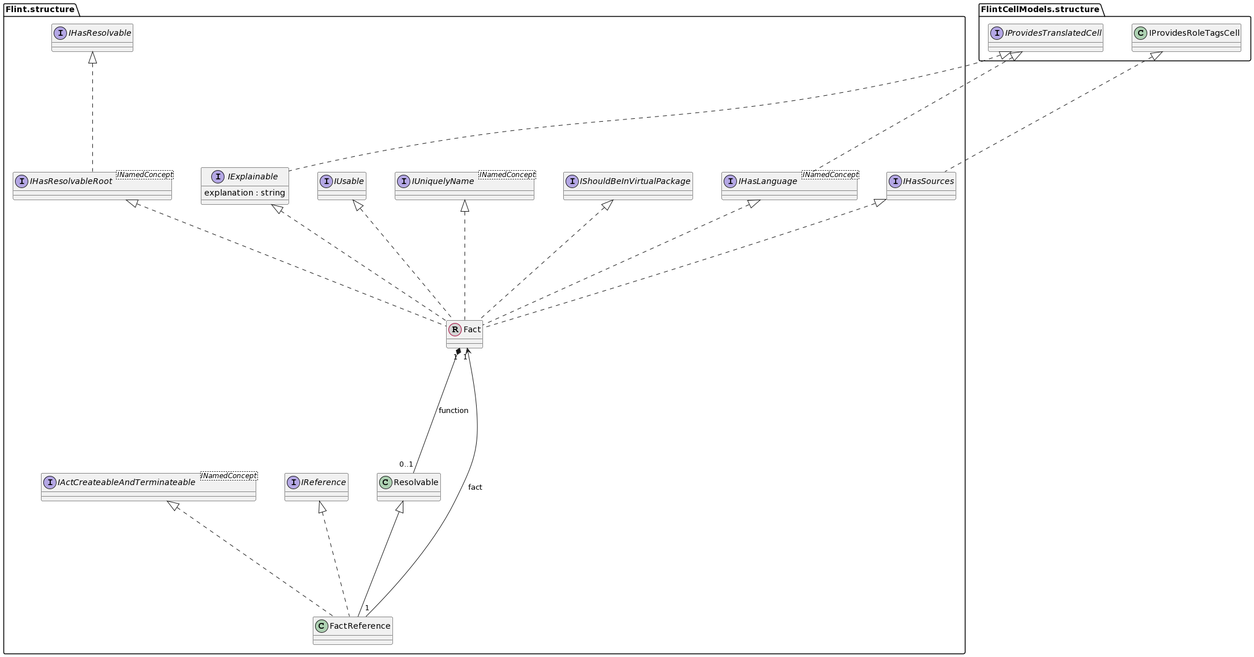
Earlier version of the PlantUML export docs/uml/fact-model.png (discipl/flinteditor-mps).
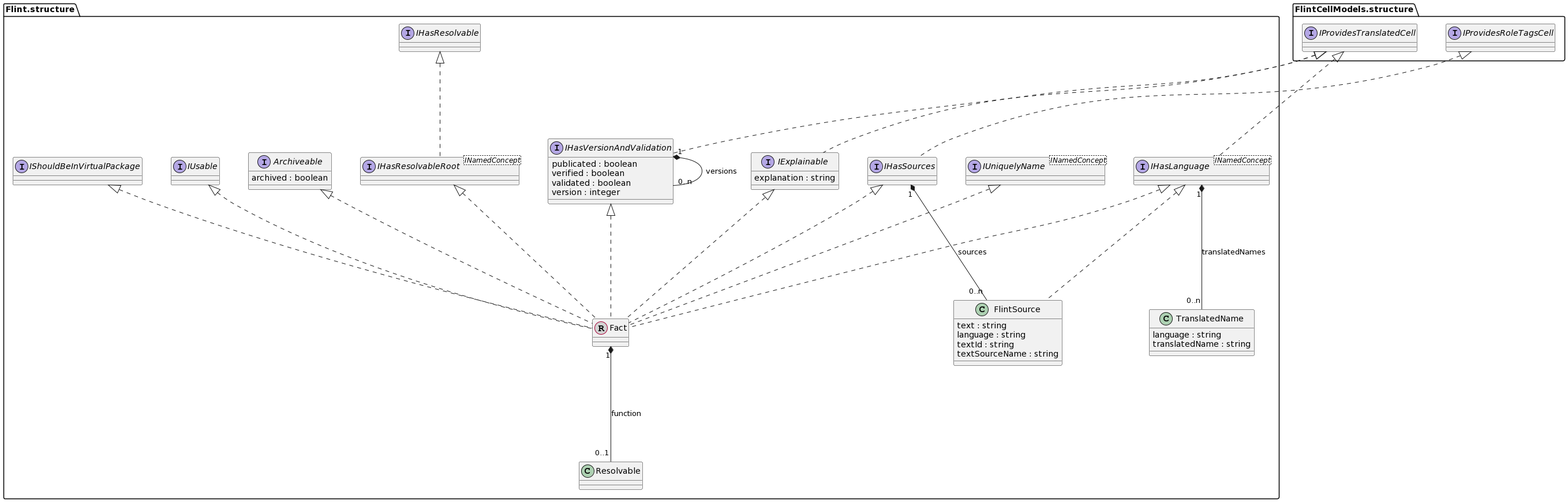
The same diagram one commit later.

Change to the diagram source:
```diff
@@ -1,23 +1,42 @@
 @startuml
 skinparam nodesep 50
-skinparam ranksep 200
+skinparam ranksep 150
 
-class "Flint.structure.Fact"  << (R, lightgrey) >>
-interface "Flint.structure.IExplainable"
-"Flint.structure.IExplainable" : explanation : string
-interface "FlintCellModels.structure.IProvidesTranslatedCell"
-interface "Flint.structure.IHasResolvableRoot" <INamedConcept>
-interface "Flint.structure.IHasSources"
-interface "Flint.structure.IShouldBeInVirtualPackage"
-class "Flint.structure.Resolvable"
 interface "Flint.structure.IUniquelyName" <INamedConcept>
 interface "Flint.structure.IUsable"
 interface "Flint.structure.IHasResolvable"
+interface "Flint.structure.IHasVersionAndValidation"
+"Flint.structure.IHasVersionAndValidation" : publicated : boolean
+"Flint.structure.IHasVersionAndValidation" : verified : boolean
+"Flint.structure.IHasVersionAndValidation" : validated : boolean
+"Flint.structure.IHasVersionAndValidation" : version : integer
+interface "Flint.structure.IExplainable"
+"Flint.structure.IExplainable" : explanation : string
+interface "Flint.structure.IShouldBeInVirtualPackage"
+interface "Flint.structure.Archiveable"
+"Flint.structure.Archiveable" : archived : boolean
 interface "Flint.structure.IHasLanguage" <INamedConcept>
-interface "Flint.structure.IReference"
-interface "Flint.structure.IActCreateableAndTerminateable" <INamedConcept>
+interface "FlintCellModels.structure.IProvidesRoleTagsCell"
+interface "Flint.structure.IHasSources"
+interface "FlintCellModels.structure.IProvidesTranslatedCell"
+interface "Flint.structure.IHasResolvableRoot" <INamedConcept>
+class "Flint.structure.Resolvable"
+class "Flint.structure.Fact"  << (R, lightgrey) >>
+class "Flint.structure.TranslatedName"
+"Flint.structure.TranslatedName" : language : string
+"Flint.structure.TranslatedName" : translatedName : string
+class "Flint.structure.FlintSource"
+"Flint.structure.FlintSource" : text : string
+"Flint.structure.FlintSource" : language : string
+"Flint.structure.FlintSource" : textId : string
+"Flint.structure.FlintSource" : textSourceName : string
+"Flint.structure.IHasLanguage" <|.. "Flint.structure.FlintSource"
 
+"FlintCellModels.structure.IProvidesTranslatedCell" <|.. "Flint.structure.IHasVersionAndValidation"
+"FlintCellModels.structure.IProvidesTranslatedCell" <|.. "Flint.structure.IExplainable"
+"FlintCellModels.structure.IProvidesTranslatedCell" <|.. "Flint.structure.IHasLanguage"
 "FlintCellModels.structure.IProvidesRoleTagsCell" <|.. "Flint.structure.IHasSources"
+"Flint.structure.IHasResolvable" <|.. "Flint.structure.IHasResolvableRoot"
 "Flint.structure.IUniquelyName" <|.. "Flint.structure.Fact"
 "Flint.structure.IExplainable" <|.. "Flint.structure.Fact"
 "Flint.structure.IUsable" <|.. "Flint.structure.Fact"
@@ -25,12 +44,10 @@
 "Flint.structure.IHasResolvableRoot" <|.. "Flint.structure.Fact"
 "Flint.structure.IShouldBeInVirtualPackage" <|.. "Flint.structure.Fact"
 "Flint.structure.IHasLanguage" <|.. "Flint.structure.Fact"
+"Flint.structure.IHasVersionAndValidation" <|.. "Flint.structure.Fact"
+"Flint.structure.Archiveable" <|.. "Flint.structure.Fact"
+"Flint.structure.IHasVersionAndValidation" "1" *-- "0..n" "Flint.structure.IHasVersionAndValidation" : versions
 "Flint.structure.Fact" "1" *-- "0..1" "Flint.structure.Resolvable" : function
-"Flint.structure.FactReference" "1" --> "1" "Flint.structure.Fact" : fact
-"Flint.structure.IHasResolvable" <|.. "Flint.structure.IHasResolvableRoot"
-"FlintCellModels.structure.IProvidesTranslatedCell" <|.. "Flint.structure.IHasLanguage"
-"FlintCellModels.structure.IProvidesTranslatedCell" <|.. "Flint.structure.IExplainable"
-"Flint.structure.IActCreateableAndTerminateable" <|.. "Flint.structure.FactReference"
-"Flint.structure.IReference" <|.. "Flint.structure.FactReference"
-"Flint.structure.Resolvable" <|-- "Flint.structure.FactReference"
+"Flint.structure.IHasLanguage" "1" *-- "0..n" "Flint.structure.TranslatedName" : translatedNames
+"Flint.structure.IHasSources" "1" *-- "0..n" "Flint.structure.FlintSource" : sources
 @enduml
```
